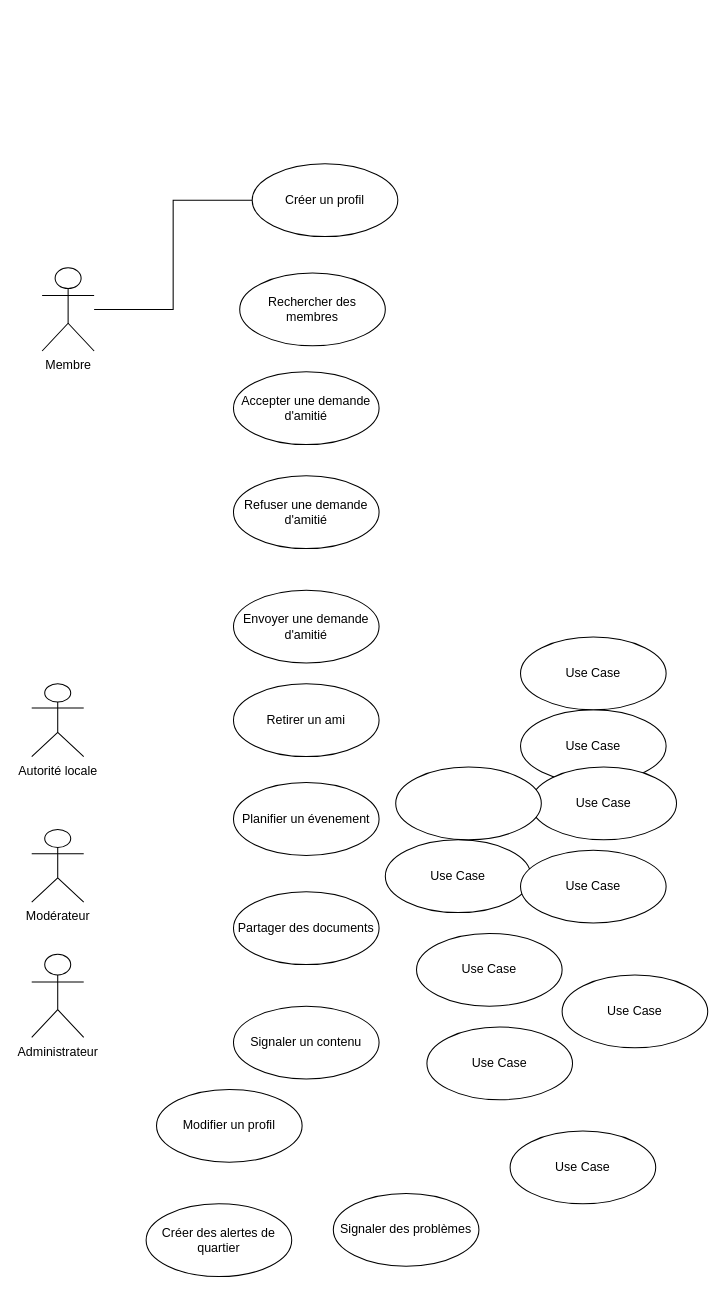
Adjaro/Projet_Poo keeps this draw.io diagram as Diagrammecasu.drawio. Above is the earlier version. Source tidied: cells renumbered, new cells numbered last; positions are measured from the earlier drawing's top-left corner, leaving out a move shared by most shapes. Both pictures are drawn from the tidied source at 104%, with x=0, y=0 at pixel (31, 163).
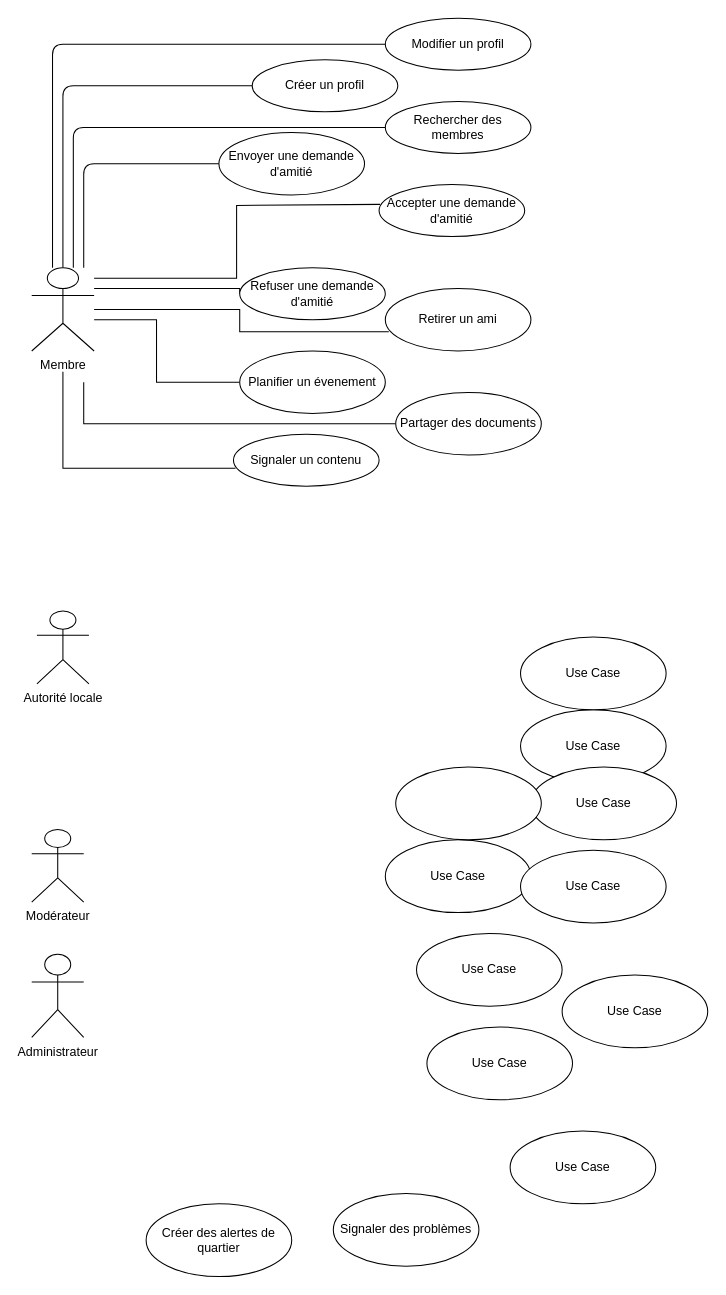
The same page after the edit.

Commit message (it also covers changes not shown here):
Mettre à jour Diagrammecasu.drawio

What changed in the source:
```diff
@@
-    <mxCell id="2" style="edgeStyle=orthogonalEdgeStyle;rounded=0;jettySize=auto;html=1;entryX=0;entryY=0.5;entryDx=0;entryDy=0;endArrow=none;endFill=0;" parent="1" edge="1" source="3" target="28">
-      <mxGeometry relative="1" as="geometry" />
+    <mxCell id="2" style="edgeStyle=orthogonalEdgeStyle;jettySize=auto;html=1;entryX=0;entryY=0.5;entryDx=0;entryDy=0;endArrow=none;endFill=0;rounded=1;" parent="1" edge="1" source="3" target="28">
+      <mxGeometry relative="1" as="geometry">
+        <Array as="points">
+          <mxPoint x="30" y="-75" />
+        </Array>
+      </mxGeometry>
     </mxCell>
+    <mxCell id="29" style="edgeStyle=orthogonalEdgeStyle;rounded=1;jettySize=auto;html=1;entryX=0;entryY=0.5;entryDx=0;entryDy=0;endArrow=none;endFill=0;" parent="1" edge="1" source="3" target="18">
+      <mxGeometry relative="1" as="geometry">
+        <Array as="points">
+          <mxPoint x="20" y="-115" />
+        </Array>
+      </mxGeometry>
+    </mxCell>
+    <mxCell id="30" style="edgeStyle=orthogonalEdgeStyle;rounded=1;jettySize=auto;html=1;entryX=0;entryY=0.5;entryDx=0;entryDy=0;endArrow=none;endFill=0;" parent="1" edge="1" source="3" target="27">
+      <mxGeometry relative="1" as="geometry">
+        <Array as="points">
+          <mxPoint x="40" y="-35" />
+        </Array>
+      </mxGeometry>
+    </mxCell>
+    <mxCell id="31" style="edgeStyle=orthogonalEdgeStyle;rounded=1;jettySize=auto;html=1;entryX=0;entryY=0.5;entryDx=0;entryDy=0;endArrow=none;endFill=0;" parent="1" edge="1" source="3" target="22">
+      <mxGeometry relative="1" as="geometry">
+        <Array as="points">
+          <mxPoint x="50" />
+        </Array>
+      </mxGeometry>
+    </mxCell>
+    <mxCell id="32" style="edgeStyle=orthogonalEdgeStyle;rounded=0;jettySize=auto;html=1;entryX=0.007;entryY=0.38;entryDx=0;entryDy=0;entryPerimeter=0;endArrow=none;endFill=0;" parent="1" edge="1" source="3" target="13">
+      <mxGeometry relative="1" as="geometry">
+        <Array as="points">
+          <mxPoint x="197" y="110" />
+          <mxPoint x="197" y="40" />
+        </Array>
+      </mxGeometry>
+    </mxCell>
+    <mxCell id="33" style="edgeStyle=orthogonalEdgeStyle;rounded=0;jettySize=auto;html=1;entryX=0;entryY=0.5;entryDx=0;entryDy=0;endArrow=none;endFill=0;" parent="1" edge="1" source="3" target="9">
+      <mxGeometry relative="1" as="geometry">
+        <Array as="points">
+          <mxPoint x="200" y="120" />
+        </Array>
+      </mxGeometry>
+    </mxCell>
+    <mxCell id="34" style="edgeStyle=orthogonalEdgeStyle;rounded=0;jettySize=auto;html=1;entryX=0.024;entryY=0.69;entryDx=0;entryDy=0;entryPerimeter=0;endArrow=none;endFill=0;" parent="1" edge="1" source="3" target="8">
+      <mxGeometry relative="1" as="geometry" />
+    </mxCell>
+    <mxCell id="35" style="edgeStyle=orthogonalEdgeStyle;rounded=0;jettySize=auto;html=1;entryX=0;entryY=0.5;entryDx=0;entryDy=0;endArrow=none;endFill=0;" parent="1" edge="1" source="3" target="26">
+      <mxGeometry relative="1" as="geometry">
+        <Array as="points">
+          <mxPoint x="120" y="150" />
+          <mxPoint x="120" y="210" />
+        </Array>
+      </mxGeometry>
+    </mxCell>
+    <mxCell id="36" style="edgeStyle=orthogonalEdgeStyle;rounded=0;jettySize=auto;html=1;endArrow=none;endFill=0;entryX=0;entryY=0.5;entryDx=0;entryDy=0;" parent="1" edge="1" target="25">
+      <mxGeometry relative="1" as="geometry">
+        <mxPoint x="50" y="210" as="sourcePoint" />
+        <Array as="points">
+          <mxPoint x="50" y="210" />
+          <mxPoint x="50" y="250" />
+        </Array>
+      </mxGeometry>
+    </mxCell>
+    <mxCell id="37" style="edgeStyle=orthogonalEdgeStyle;rounded=0;jettySize=auto;html=1;endArrow=none;endFill=0;entryX=0.014;entryY=0.656;entryDx=0;entryDy=0;entryPerimeter=0;" parent="1" edge="1" target="20">
+      <mxGeometry relative="1" as="geometry">
+        <mxPoint x="30" y="200" as="sourcePoint" />
+        <Array as="points">
+          <mxPoint x="30" y="293" />
+        </Array>
+      </mxGeometry>
+    </mxCell>
     <mxCell id="3" value="Membre" style="shape=umlActor;verticalLabelPosition=bottom;verticalAlign=top;html=1;outlineConnect=0;" parent="1" vertex="1">
-      <mxGeometry x="10" y="100" width="50" height="80" as="geometry" />
+      <mxGeometry y="100" width="60" height="80" as="geometry" />
     </mxCell>
@@
     <mxCell id="5" value="Autorité locale" style="shape=umlActor;verticalLabelPosition=bottom;verticalAlign=top;html=1;" parent="1" vertex="1">
-      <mxGeometry y="500" width="50" height="70" as="geometry" />
+      <mxGeometry x="5" y="430" width="50" height="70" as="geometry" />
     </mxCell>
@@
     <mxCell id="8" value="Retirer un ami" style="ellipse;whiteSpace=wrap;html=1;" parent="1" vertex="1">
-      <mxGeometry x="194" y="500" width="140" height="70" as="geometry" />
+      <mxGeometry x="340" y="120" width="140" height="60" as="geometry" />
     </mxCell>
     <mxCell id="9" value="Refuser une demande d'amitié" style="ellipse;whiteSpace=wrap;html=1;" parent="1" vertex="1">
-      <mxGeometry x="194" y="300" width="140" height="70" as="geometry" />
+      <mxGeometry x="200" y="100" width="140" height="50" as="geometry" />
     </mxCell>
@@
     <mxCell id="13" value="Accepter une demande d'amitié" style="ellipse;whiteSpace=wrap;html=1;" parent="1" vertex="1">
-      <mxGeometry x="194" y="200" width="140" height="70" as="geometry" />
+      <mxGeometry x="334" y="20" width="140" height="50" as="geometry" />
     </mxCell>
@@
     <mxCell id="18" value="Modifier un profil" style="ellipse;whiteSpace=wrap;html=1;" parent="1" vertex="1">
-      <mxGeometry x="120" y="890" width="140" height="70" as="geometry" />
+      <mxGeometry x="340" y="-140" width="140" height="50" as="geometry" />
     </mxCell>
@@
     <mxCell id="20" value="Signaler un contenu" style="ellipse;whiteSpace=wrap;html=1;" parent="1" vertex="1">
-      <mxGeometry x="194" y="810" width="140" height="70" as="geometry" />
+      <mxGeometry x="194" y="260" width="140" height="50" as="geometry" />
     </mxCell>
@@
     <mxCell id="22" value="Envoyer une demande d'amitié" style="ellipse;whiteSpace=wrap;html=1;" parent="1" vertex="1">
-      <mxGeometry x="194" y="410" width="140" height="70" as="geometry" />
+      <mxGeometry x="180" y="-30" width="140" height="60" as="geometry" />
     </mxCell>
@@
     <mxCell id="25" value="Partager des documents" style="ellipse;whiteSpace=wrap;html=1;" parent="1" vertex="1">
-      <mxGeometry x="194" y="700" width="140" height="70" as="geometry" />
+      <mxGeometry x="350" y="220" width="140" height="60" as="geometry" />
     </mxCell>
     <mxCell id="26" value="Planifier un évenement" style="ellipse;whiteSpace=wrap;html=1;" parent="1" vertex="1">
-      <mxGeometry x="194" y="595" width="140" height="70" as="geometry" />
+      <mxGeometry x="200" y="180" width="140" height="60" as="geometry" />
     </mxCell>
     <mxCell id="27" value="Rechercher des membres" style="ellipse;whiteSpace=wrap;html=1;" parent="1" vertex="1">
-      <mxGeometry x="200" y="105" width="140" height="70" as="geometry" />
+      <mxGeometry x="340" y="-60" width="140" height="50" as="geometry" />
     </mxCell>
     <mxCell id="28" value="Créer un profil" style="ellipse;whiteSpace=wrap;html=1;" parent="1" vertex="1">
-      <mxGeometry x="212" width="140" height="70" as="geometry" />
+      <mxGeometry x="212" y="-100" width="140" height="50" as="geometry" />
     </mxCell>
```
